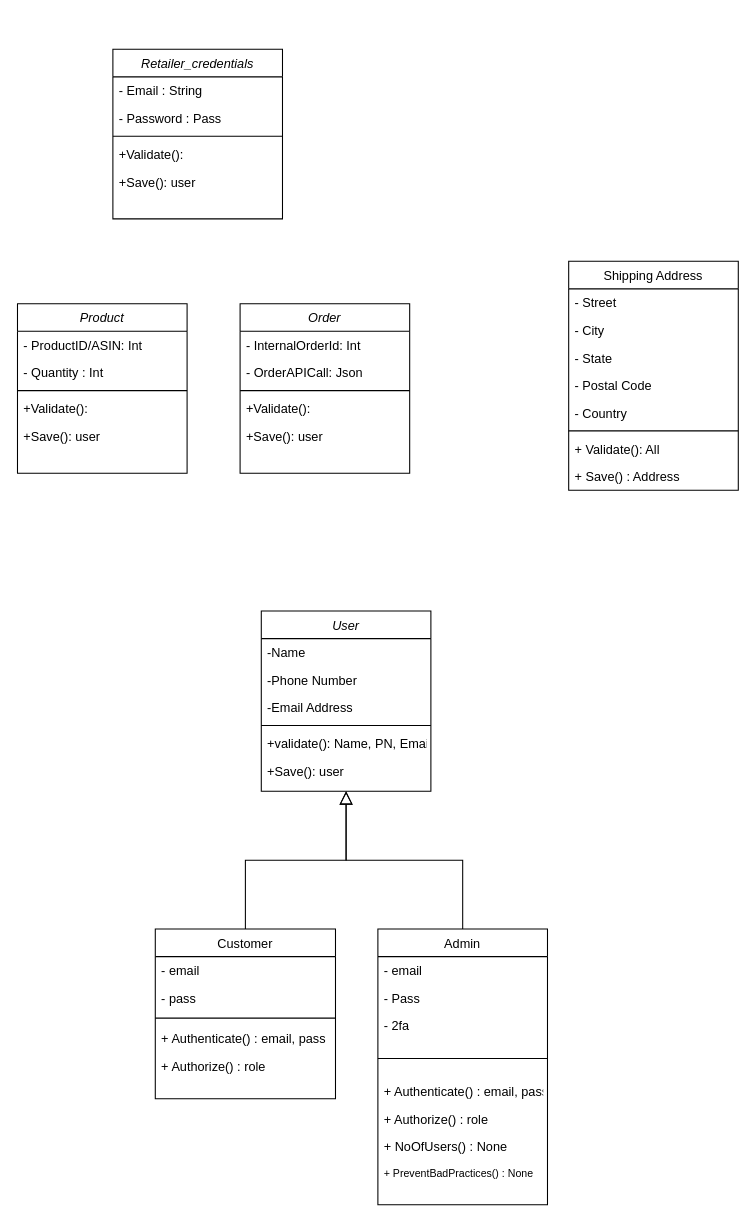
Before: Untitled Diagram.drawio in ShubhamNagure/AlgoCode, a draw.io diagram. Source tidied: cells renumbered, new cells numbered last; positions are measured from the earlier drawing's top-left corner, leaving out a move shared by most shapes. Both pictures are drawn from the tidied source at 106%, with x=0, y=0 at pixel (17, 49).
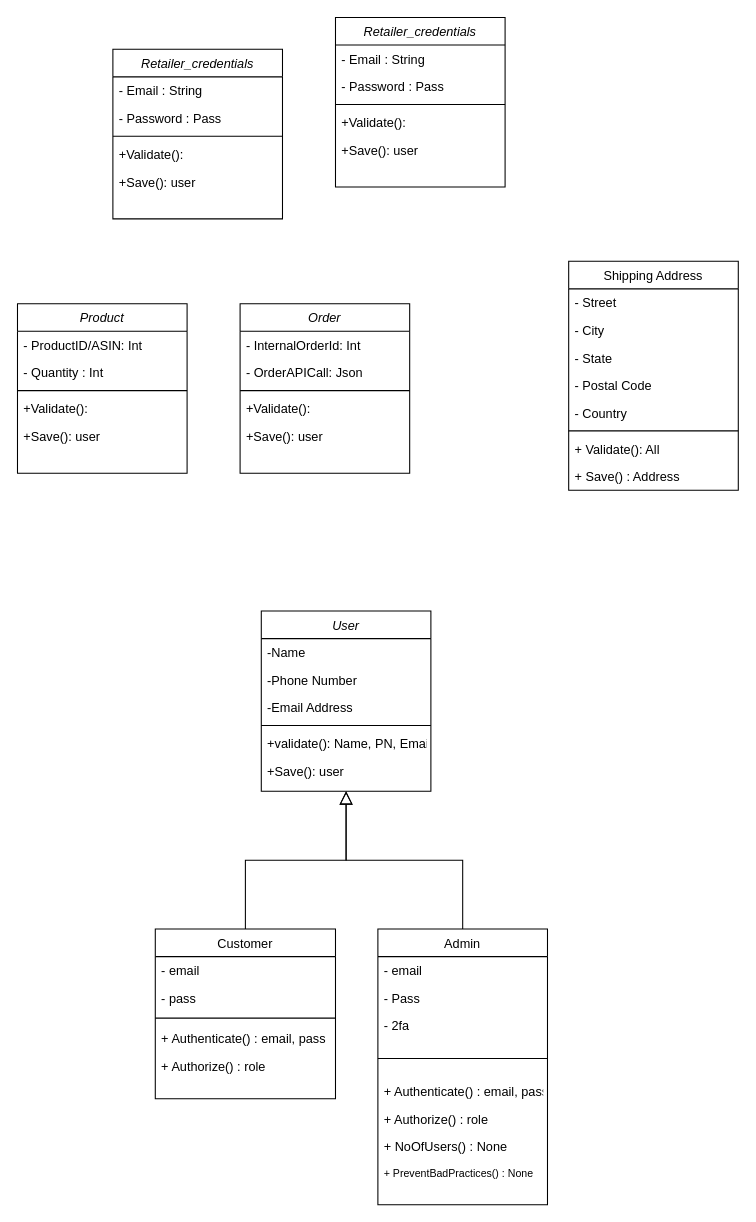
After the change.

Diff of the diagram source:
```diff
@@
+    <mxCell id="53" value="Retailer_credentials" style="swimlane;fontStyle=2;align=center;verticalAlign=top;horizontal=1;startSize=26;rounded=0;shadow=0;strokeWidth=1;" parent="1" vertex="1">
+      <mxGeometry x="300" y="-30" width="160" height="160" as="geometry" />
+    </mxCell>
+    <mxCell id="54" value="- Email : String" style="text;align=left;verticalAlign=top;spacingLeft=4;spacingRight=4;overflow=hidden;" parent="53" vertex="1">
+      <mxGeometry y="26" width="160" height="26" as="geometry" />
+    </mxCell>
+    <mxCell id="55" value="- Password : Pass" style="text;align=left;verticalAlign=top;spacingLeft=4;spacingRight=4;overflow=hidden;rounded=0;shadow=0;html=0;" parent="53" vertex="1">
+      <mxGeometry y="52" width="160" height="26" as="geometry" />
+    </mxCell>
+    <mxCell id="56" style="line;html=1;strokeWidth=1;align=left;verticalAlign=middle;spacingTop=-1;spacingLeft=3;spacingRight=3;labelPosition=right;" parent="53" vertex="1">
+      <mxGeometry y="78" width="160" height="8" as="geometry" />
+    </mxCell>
+    <mxCell id="57" value="+Validate():" style="text;align=left;verticalAlign=top;spacingLeft=4;spacingRight=4;overflow=hidden;" parent="53" vertex="1">
+      <mxGeometry y="86" width="160" height="26" as="geometry" />
+    </mxCell>
+    <mxCell id="58" value="+Save(): user" style="text;align=left;verticalAlign=top;spacingLeft=4;spacingRight=4;overflow=hidden;" parent="53" vertex="1">
+      <mxGeometry y="112" width="160" height="26" as="geometry" />
+    </mxCell>
```
